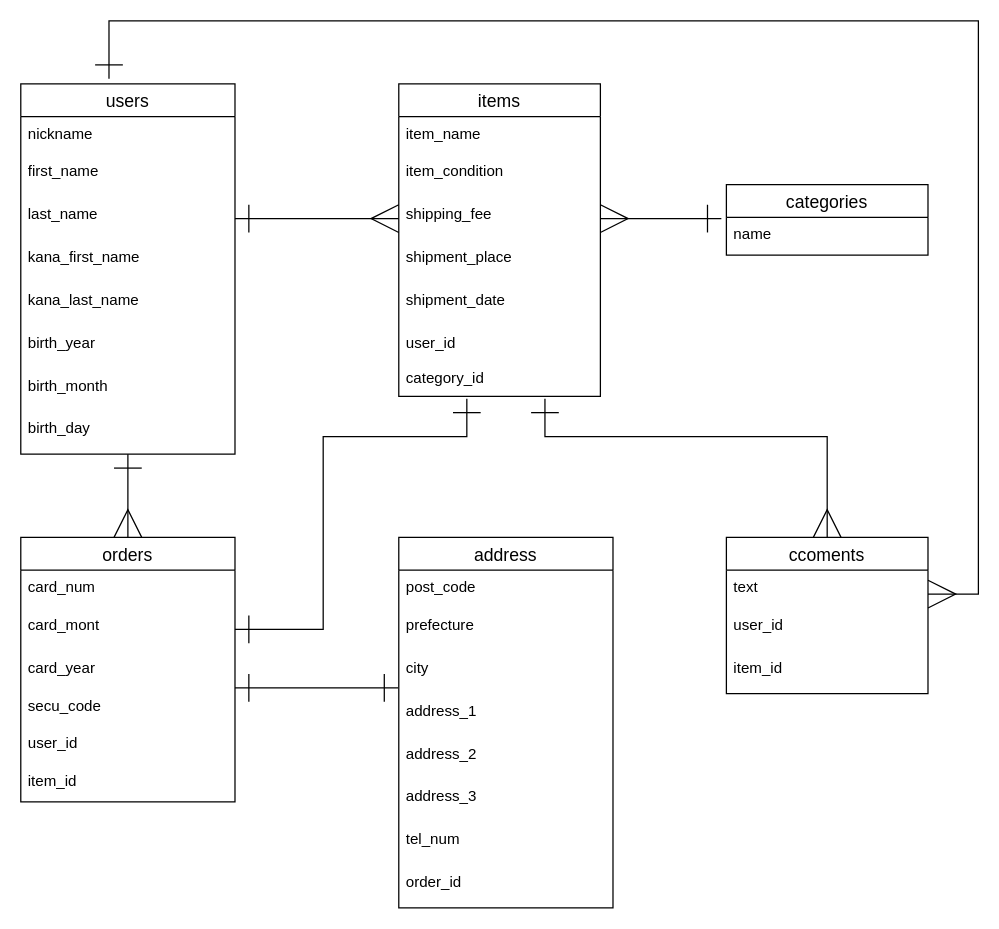
This is furima_db.dio from yamamo1984/furima-32901, a draw.io file, before an edit. Source tidied: cells renumbered, new cells numbered last; positions are measured from the earlier drawing's top-left corner, leaving out a move shared by most shapes. Both pictures are drawn from the tidied source at 126%, with x=0, y=0 at pixel (20, 20).
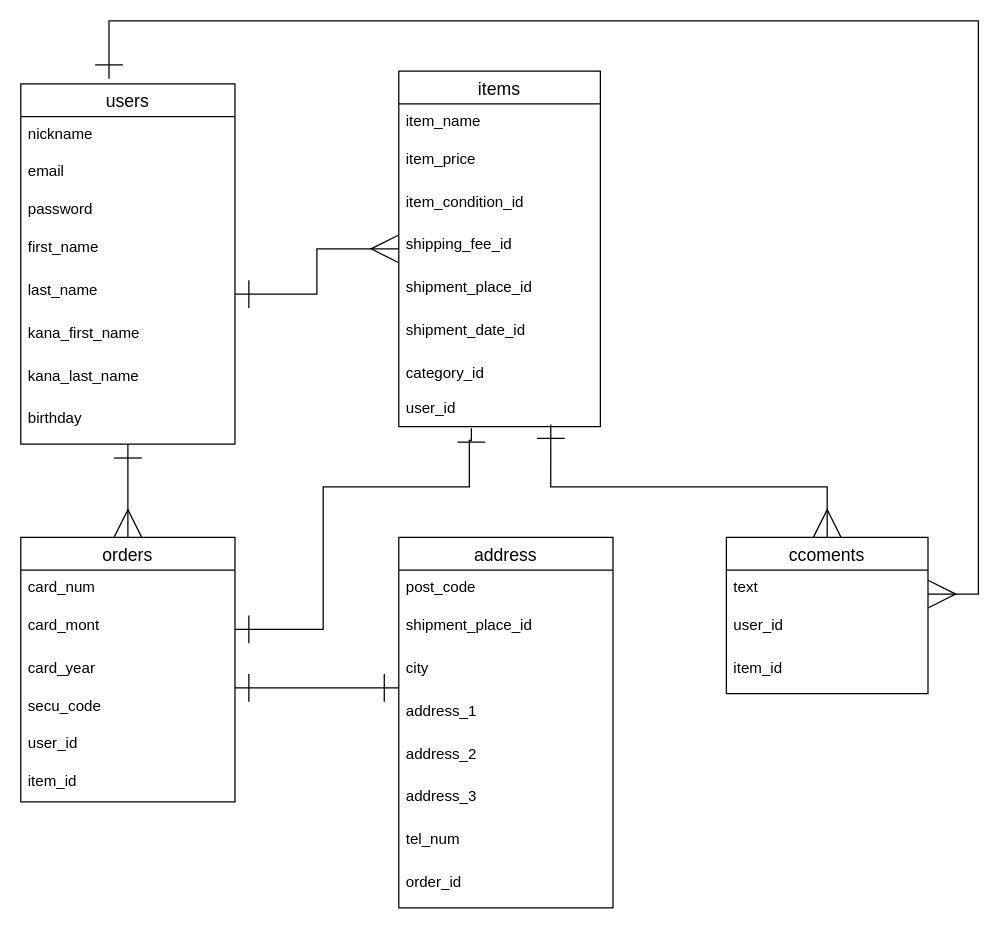
After the change.

Commit message (it also covers changes not shown here):
テーブル設計の修正

Unchanged cells that the change refers to:
```xml
<mxCell id="23" value="card_mont" style="text;strokeColor=none;fillColor=none;spacingLeft=4;spacingRight=4;overflow=hidden;points=[[0,0.5],[1,0.5]];portConstraint=eastwest;fontSize=12;" parent="21" vertex="1">
  <mxGeometry y="56" width="170" height="34" as="geometry" />
</mxCell>
<mxCell id="28" value="address" style="swimlane;fontStyle=0;horizontal=1;startSize=26;align=center;fontSize=14;" parent="1" vertex="1">
  <mxGeometry x="300" y="410" width="170" height="294" as="geometry" />
</mxCell>
<mxCell id="41" value="ccoments" style="swimlane;fontStyle=0;horizontal=1;startSize=26;align=center;fontSize=14;" parent="1" vertex="1">
  <mxGeometry x="560" y="410" width="160" height="124" as="geometry" />
</mxCell>
```

Change to the diagram source:
```diff
@@
     <mxCell id="3" value="users" style="swimlane;fontStyle=0;horizontal=1;startSize=26;align=center;fontSize=14;" parent="1" vertex="1">
-      <mxGeometry y="50" width="170" height="294" as="geometry" />
+      <mxGeometry y="50" width="170" height="286" as="geometry" />
     </mxCell>
@@
+    <mxCell id="48" value="email" style="text;strokeColor=none;fillColor=none;spacingLeft=4;spacingRight=4;overflow=hidden;fontSize=12;" parent="3" vertex="1">
+      <mxGeometry y="56" width="170" height="30" as="geometry" />
+    </mxCell>
+    <mxCell id="49" value="password" style="text;strokeColor=none;fillColor=none;spacingLeft=4;spacingRight=4;overflow=hidden;fontSize=12;" parent="3" vertex="1">
+      <mxGeometry y="86" width="170" height="30" as="geometry" />
+    </mxCell>
     <mxCell id="5" value="first_name" style="text;strokeColor=none;fillColor=none;spacingLeft=4;spacingRight=4;overflow=hidden;fontSize=12;" parent="3" vertex="1">
-      <mxGeometry y="56" width="170" height="34" as="geometry" />
+      <mxGeometry y="116" width="170" height="34" as="geometry" />
     </mxCell>
     <mxCell id="6" value="last_name&#10;" style="text;strokeColor=none;fillColor=none;spacingLeft=4;spacingRight=4;overflow=hidden;points=[[0,0.5],[1,0.5]];portConstraint=eastwest;fontSize=12;" parent="3" vertex="1">
-      <mxGeometry y="90" width="170" height="34" as="geometry" />
+      <mxGeometry y="150" width="170" height="34" as="geometry" />
     </mxCell>
     <mxCell id="7" value="kana_first_name&#10;" style="text;strokeColor=none;fillColor=none;spacingLeft=4;spacingRight=4;overflow=hidden;fontSize=12;" parent="3" vertex="1">
-      <mxGeometry y="124" width="170" height="34" as="geometry" />
+      <mxGeometry y="184" width="170" height="34" as="geometry" />
     </mxCell>
     <mxCell id="8" value="kana_last_name" style="text;strokeColor=none;fillColor=none;spacingLeft=4;spacingRight=4;overflow=hidden;fontSize=12;" parent="3" vertex="1">
-      <mxGeometry y="158" width="170" height="34" as="geometry" />
+      <mxGeometry y="218" width="170" height="34" as="geometry" />
     </mxCell>
-    <mxCell id="9" value="birth_year&#10;" style="text;strokeColor=none;fillColor=none;spacingLeft=4;spacingRight=4;overflow=hidden;fontSize=12;" parent="3" vertex="1">
-      <mxGeometry y="192" width="170" height="34" as="geometry" />
+    <mxCell id="9" value="birthday" style="text;strokeColor=none;fillColor=none;spacingLeft=4;spacingRight=4;overflow=hidden;fontSize=12;" parent="3" vertex="1">
+      <mxGeometry y="252" width="170" height="34" as="geometry" />
     </mxCell>
-    <mxCell id="10" value="birth_month&#10;" style="text;strokeColor=none;fillColor=none;spacingLeft=4;spacingRight=4;overflow=hidden;fontSize=12;" parent="3" vertex="1">
-      <mxGeometry y="226" width="170" height="34" as="geometry" />
-    </mxCell>
-    <mxCell id="11" value="birth_day" style="text;strokeColor=none;fillColor=none;spacingLeft=4;spacingRight=4;overflow=hidden;fontSize=12;" parent="3" vertex="1">
-      <mxGeometry y="260" width="170" height="34" as="geometry" />
-    </mxCell>
     <mxCell id="12" value="items" style="swimlane;fontStyle=0;horizontal=1;startSize=26;align=center;fontSize=14;" parent="1" vertex="1">
-      <mxGeometry x="300" y="50" width="160" height="248" as="geometry" />
+      <mxGeometry x="300" y="40" width="160" height="282" as="geometry" />
     </mxCell>
@@
-    <mxCell id="14" value="item_condition" style="text;strokeColor=none;fillColor=none;spacingLeft=4;spacingRight=4;overflow=hidden;fontSize=12;" parent="12" vertex="1">
+    <mxCell id="14" value="item_price" style="text;strokeColor=none;fillColor=none;spacingLeft=4;spacingRight=4;overflow=hidden;fontSize=12;" parent="12" vertex="1">
       <mxGeometry y="56" width="160" height="34" as="geometry" />
     </mxCell>
+    <mxCell id="50" value="item_condition_id" style="text;strokeColor=none;fillColor=none;spacingLeft=4;spacingRight=4;overflow=hidden;fontSize=12;" parent="12" vertex="1">
+      <mxGeometry y="90" width="160" height="34" as="geometry" />
+    </mxCell>
-    <mxCell id="15" value="shipping_fee" style="text;strokeColor=none;fillColor=none;spacingLeft=4;spacingRight=4;overflow=hidden;points=[[0,0.5],[1,0.5]];portConstraint=eastwest;fontSize=12;" parent="12" vertex="1">
-      <mxGeometry y="90" width="160" height="34" as="geometry" />
+    <mxCell id="15" value="shipping_fee_id" style="text;strokeColor=none;fillColor=none;spacingLeft=4;spacingRight=4;overflow=hidden;points=[[0,0.5],[1,0.5]];portConstraint=eastwest;fontSize=12;" parent="12" vertex="1">
+      <mxGeometry y="124" width="160" height="34" as="geometry" />
     </mxCell>
-    <mxCell id="16" value="shipment_place" style="text;strokeColor=none;fillColor=none;spacingLeft=4;spacingRight=4;overflow=hidden;fontSize=12;" parent="12" vertex="1">
-      <mxGeometry y="124" width="160" height="34" as="geometry" />
+    <mxCell id="16" value="shipment_place_id" style="text;strokeColor=none;fillColor=none;spacingLeft=4;spacingRight=4;overflow=hidden;fontSize=12;" parent="12" vertex="1">
+      <mxGeometry y="158" width="160" height="34" as="geometry" />
     </mxCell>
-    <mxCell id="17" value="shipment_date" style="text;strokeColor=none;fillColor=none;spacingLeft=4;spacingRight=4;overflow=hidden;fontSize=12;" parent="12" vertex="1">
-      <mxGeometry y="158" width="160" height="34" as="geometry" />
+    <mxCell id="17" value="shipment_date_id" style="text;strokeColor=none;fillColor=none;spacingLeft=4;spacingRight=4;overflow=hidden;fontSize=12;" parent="12" vertex="1">
+      <mxGeometry y="192" width="160" height="34" as="geometry" />
     </mxCell>
+    <mxCell id="19" value="category_id" style="text;strokeColor=none;fillColor=none;spacingLeft=4;spacingRight=4;overflow=hidden;fontSize=12;" parent="12" vertex="1">
+      <mxGeometry y="226" width="160" height="28" as="geometry" />
+    </mxCell>
     <mxCell id="18" value="user_id" style="text;strokeColor=none;fillColor=none;spacingLeft=4;spacingRight=4;overflow=hidden;points=[[0,0.5],[1,0.5]];portConstraint=eastwest;fontSize=12;" parent="12" vertex="1">
-      <mxGeometry y="192" width="160" height="28" as="geometry" />
+      <mxGeometry y="254" width="160" height="28" as="geometry" />
     </mxCell>
-    <mxCell id="19" value="category_id" style="text;strokeColor=none;fillColor=none;spacingLeft=4;spacingRight=4;overflow=hidden;fontSize=12;" parent="12" vertex="1">
-      <mxGeometry y="220" width="160" height="28" as="geometry" />
-    </mxCell>
@@
-    <mxCell id="30" value="prefecture" style="text;strokeColor=none;fillColor=none;spacingLeft=4;spacingRight=4;overflow=hidden;fontSize=12;" parent="28" vertex="1">
+    <mxCell id="30" value="shipment_place_id" style="text;strokeColor=none;fillColor=none;spacingLeft=4;spacingRight=4;overflow=hidden;fontSize=12;" parent="28" vertex="1">
       <mxGeometry y="56" width="170" height="34" as="geometry" />
     </mxCell>
@@
-    <mxCell id="38" style="edgeStyle=orthogonalEdgeStyle;rounded=0;jettySize=auto;html=1;startArrow=ERone;startFill=0;startSize=20;endArrow=ERone;endFill=0;endSize=20;targetPerimeterSpacing=0;" parent="1" edge="1" source="23">
+    <mxCell id="38" style="edgeStyle=orthogonalEdgeStyle;rounded=0;jettySize=auto;html=1;startArrow=ERone;startFill=0;startSize=20;endArrow=ERone;endFill=0;endSize=20;targetPerimeterSpacing=0;entryX=0.36;entryY=1.05;entryDx=0;entryDy=0;entryPerimeter=0;" parent="1" edge="1" source="23" target="18">
       <mxGeometry relative="1" as="geometry">
-        <mxPoint x="354" y="300" as="targetPoint" />
         <Array as="points">
           <mxPoint x="240" y="483" />
-          <mxPoint x="240" y="330" />
-          <mxPoint x="354" y="330" />
+          <mxPoint x="240" y="370" />
+          <mxPoint x="356" y="370" />
+          <mxPoint x="356" y="333" />
         </Array>
       </mxGeometry>
     </mxCell>
@@
-    <mxCell id="40" style="edgeStyle=orthogonalEdgeStyle;rounded=0;jettySize=auto;html=1;startArrow=ERmany;startFill=0;startSize=20;endArrow=ERone;endFill=0;endSize=20;targetPerimeterSpacing=0;" parent="1" edge="1" source="41">
+    <mxCell id="40" style="edgeStyle=orthogonalEdgeStyle;rounded=0;jettySize=auto;html=1;startArrow=ERmany;startFill=0;startSize=20;endArrow=ERone;endFill=0;endSize=20;targetPerimeterSpacing=0;entryX=0.754;entryY=0.943;entryDx=0;entryDy=0;entryPerimeter=0;" parent="1" edge="1" source="41" target="18">
       <mxGeometry relative="1" as="geometry">
-        <mxPoint x="416" y="300" as="targetPoint" />
         <Array as="points">
-          <mxPoint x="640" y="330" />
-          <mxPoint x="416" y="330" />
+          <mxPoint x="640" y="370" />
+          <mxPoint x="421" y="370" />
         </Array>
       </mxGeometry>
     </mxCell>
@@
-    <mxCell id="45" value="categories" style="swimlane;fontStyle=0;horizontal=1;startSize=26;align=center;fontSize=14;" parent="1" vertex="1">
-      <mxGeometry x="560" y="130" width="160" height="56" as="geometry" />
-    </mxCell>
-    <mxCell id="46" value="name" style="text;strokeColor=none;fillColor=none;spacingLeft=4;spacingRight=4;overflow=hidden;fontSize=12;" parent="45" vertex="1">
-      <mxGeometry y="26" width="160" height="30" as="geometry" />
-    </mxCell>
-    <mxCell id="47" style="edgeStyle=orthogonalEdgeStyle;rounded=0;jettySize=auto;html=1;startArrow=ERmany;startFill=0;startSize=20;endArrow=ERone;endFill=0;endSize=20;targetPerimeterSpacing=0;" parent="1" edge="1" source="15">
-      <mxGeometry relative="1" as="geometry">
-        <mxPoint x="556" y="157" as="targetPoint" />
-      </mxGeometry>
-    </mxCell>
```
